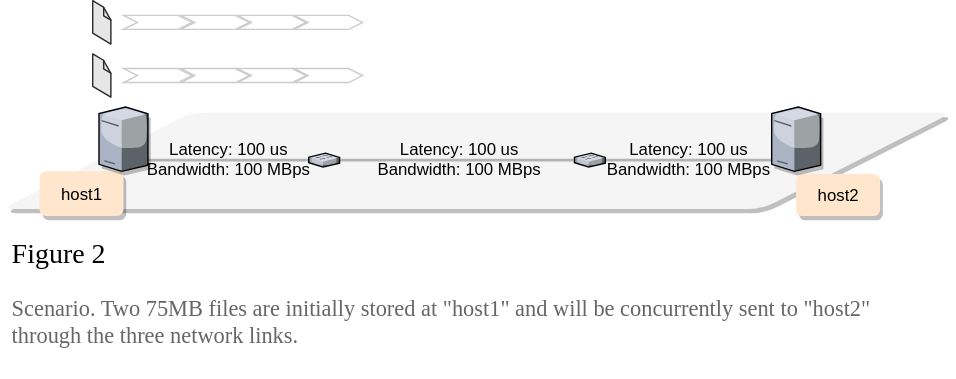
Above: docs/public/img/primer_on_file_transfer_times/scenario_2.svg in wrench-project/wrench-pedagogic-modules (draw.io), before the change. Source tidied: cells renumbered, new cells last; positions are measured from the earlier drawing's top-left corner, leaving out a move shared by most shapes.
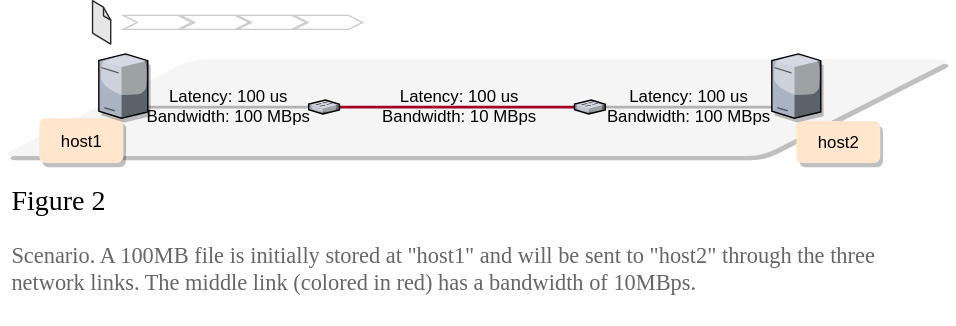
The same diagram one commit later.

The edit, as a diff of the source:
```diff
@@ -5,7 +5,7 @@
     <mxCell id="2" style="shape=parallelogram;perimeter=parallelogramPerimeter;whiteSpace=wrap;html=1;fillColor=#f5f5f5;strokeColor=none;rounded=1;shadow=1;" parent="1" vertex="1">
       <mxGeometry y="80" width="680" height="69" as="geometry" />
     </mxCell>
-    <mxCell id="3" value="&lt;h1&gt;&lt;font style=&quot;font-size: 20px ; font-weight: normal&quot; face=&quot;Garamond&quot;&gt;Figure 0.5&lt;/font&gt;&lt;/h1&gt;&lt;p&gt;&lt;font color=&quot;#666666&quot; face=&quot;Garamond&quot;&gt;&lt;span style=&quot;font-size: 16px&quot;&gt;Scenario. Two 75MB files are initially stored at &quot;host1&quot; and will be concurrently sent to &quot;host2&quot; through the three network links.&amp;nbsp; &amp;nbsp;&amp;nbsp;&lt;/span&gt;&lt;/font&gt;&lt;/p&gt;" style="text;html=1;strokeColor=none;fillColor=none;spacing=5;spacingTop=-20;whiteSpace=wrap;overflow=hidden;rounded=0;" parent="1" vertex="1">
+    <mxCell id="3" value="&lt;h1&gt;&lt;font style=&quot;font-size: 20px ; font-weight: normal&quot; face=&quot;Garamond&quot;&gt;Figure 0.6&lt;/font&gt;&lt;/h1&gt;&lt;p&gt;&lt;font color=&quot;#666666&quot; face=&quot;Garamond&quot;&gt;&lt;span style=&quot;font-size: 16px&quot;&gt;Scenario. A 100MB file is initially stored at &quot;host1&quot; and will be sent to &quot;host2&quot; through the three network links. The middle link (colored in red) has a bandwidth of 10MBps.&amp;nbsp; &amp;nbsp;&lt;/span&gt;&lt;/font&gt;&lt;/p&gt;" style="text;html=1;strokeColor=none;fillColor=none;spacing=5;spacingTop=-20;whiteSpace=wrap;overflow=hidden;rounded=0;" parent="1" vertex="1">
       <mxGeometry x="3" y="160" width="667" height="110" as="geometry" />
     </mxCell>
     <mxCell id="4" value="&lt;div&gt;host1&lt;/div&gt;" style="rounded=1;whiteSpace=wrap;html=1;fillColor=#ffe6cc;strokeColor=none;shadow=1;" parent="1" vertex="1">
@@ -14,7 +14,7 @@
     <mxCell id="5" value="Latency: 100 us&lt;br&gt;Bandwidth: 100 MBps&lt;br&gt;" style="rounded=1;whiteSpace=wrap;html=1;shadow=0;strokeColor=none;strokeWidth=2;fillColor=none;rotation=0;" parent="1" vertex="1">
       <mxGeometry x="102" y="83" width="120" height="60" as="geometry" />
     </mxCell>
-    <mxCell id="6" value="Latency: 100 us&lt;br&gt;Bandwidth: 100 MBps&lt;br&gt;" style="rounded=1;whiteSpace=wrap;html=1;shadow=0;strokeColor=none;strokeWidth=2;fillColor=none;rotation=0;" parent="1" vertex="1">
+    <mxCell id="6" value="Latency: 100 us&lt;br&gt;Bandwidth: 10 MBps&lt;br&gt;" style="rounded=1;whiteSpace=wrap;html=1;shadow=0;strokeColor=none;strokeWidth=2;fillColor=none;rotation=0;" parent="1" vertex="1">
       <mxGeometry x="251" y="83" width="152" height="60" as="geometry" />
     </mxCell>
     <mxCell id="7" value="Latency: 100 us&lt;br&gt;Bandwidth: 100 MBps&lt;br&gt;" style="rounded=1;whiteSpace=wrap;html=1;shadow=0;strokeColor=none;strokeWidth=2;fillColor=none;rotation=0;" parent="1" vertex="1">
@@ -23,7 +23,7 @@
     <mxCell id="8" value="&lt;div&gt;host2&lt;/div&gt;" style="rounded=1;whiteSpace=wrap;html=1;fillColor=#ffe6cc;strokeColor=none;shadow=1;" parent="1" vertex="1">
       <mxGeometry x="568.5" y="124" width="60" height="30" as="geometry" />
     </mxCell>
-    <mxCell id="9" style="endArrow=none;html=1;strokeWidth=2;strokeColor=#B3B3B3;fillColor=#f5f5f5;" parent="1" edge="1" source="11" target="15">
+    <mxCell id="9" style="endArrow=none;html=1;strokeWidth=2;strokeColor=#a20025;fillColor=#a20025;" parent="1" edge="1" source="11" target="15">
       <mxGeometry relative="1" as="geometry" />
     </mxCell>
     <mxCell id="10" style="endArrow=none;html=1;strokeWidth=2;strokeColor=#B3B3B3;" parent="1" edge="1">
@@ -68,23 +68,5 @@
     <mxCell id="21" style="verticalLabelPosition=bottom;html=1;verticalAlign=top;strokeWidth=1;align=center;dashed=0;shape=mxgraph.aws3d.file;strokeColor=#292929;fillColor=#E6E6E6;" parent="1" vertex="1">
       <mxGeometry x="65.5" y="38" width="13" height="31" as="geometry" />
     </mxCell>
-    <mxCell id="22" style="group;" parent="1" vertex="1">
-      <mxGeometry x="87.5" y="10.5" width="171" height="10" as="geometry" />
-    </mxCell>
-    <mxCell id="23" style="html=1;shadow=0;dashed=0;align=center;verticalAlign=middle;shape=mxgraph.arrows2.arrow;dy=0;dx=10;notch=10;strokeColor=#CCCCCC;" parent="22" vertex="1">
-      <mxGeometry width="49" height="10" as="geometry" />
-    </mxCell>
-    <mxCell id="24" style="html=1;shadow=0;dashed=0;align=center;verticalAlign=middle;shape=mxgraph.arrows2.arrow;dy=0;dx=10;notch=10;strokeColor=#CCCCCC;" parent="22" vertex="1">
-      <mxGeometry x="41" width="49" height="10" as="geometry" />
-    </mxCell>
-    <mxCell id="25" style="html=1;shadow=0;dashed=0;align=center;verticalAlign=middle;shape=mxgraph.arrows2.arrow;dy=0;dx=10;notch=10;strokeColor=#CCCCCC;" parent="22" vertex="1">
-      <mxGeometry x="81.5" width="49" height="10" as="geometry" />
-    </mxCell>
-    <mxCell id="26" style="html=1;shadow=0;dashed=0;align=center;verticalAlign=middle;shape=mxgraph.arrows2.arrow;dy=0;dx=10;notch=10;strokeColor=#CCCCCC;" parent="22" vertex="1">
-      <mxGeometry x="122" width="49" height="10" as="geometry" />
-    </mxCell>
-    <mxCell id="27" style="verticalLabelPosition=bottom;html=1;verticalAlign=top;strokeWidth=1;align=center;dashed=0;shape=mxgraph.aws3d.file;strokeColor=#292929;fillColor=#E6E6E6;" parent="1" vertex="1">
-      <mxGeometry x="65.5" width="13" height="31" as="geometry" />
-    </mxCell>
   </root>
 </mxGraphModel>
```
